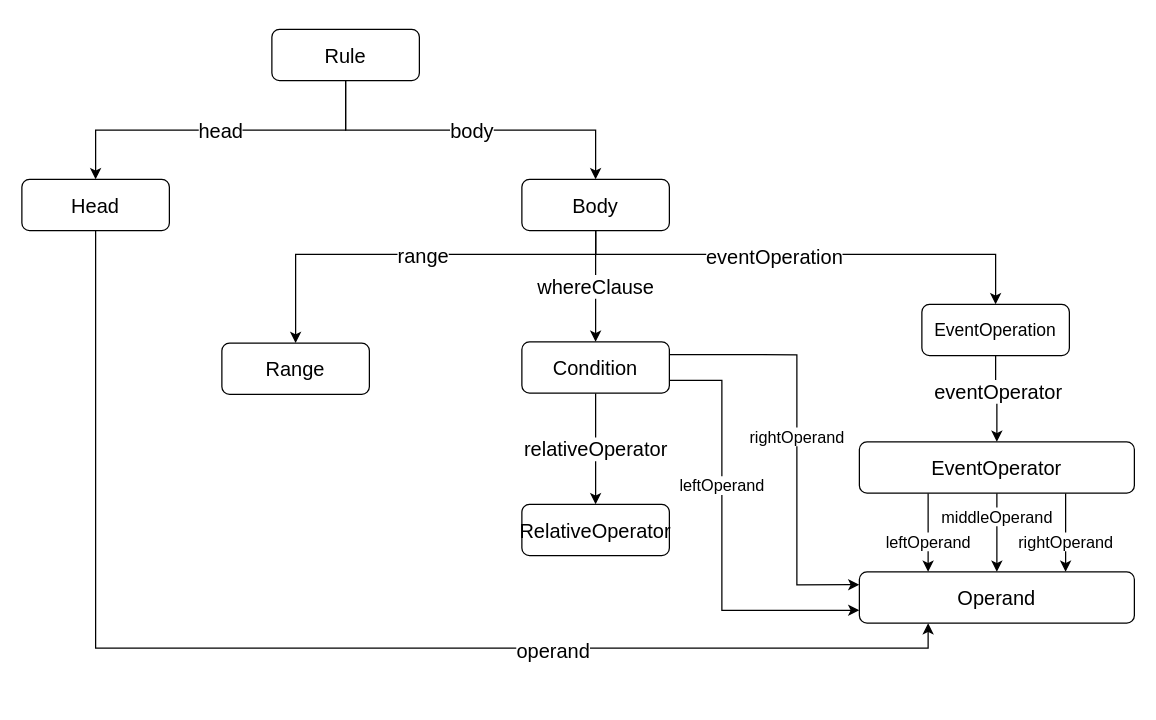
Above: Untitled Diagram.drawio in Haoyu-R/appendix (draw.io), before the change. Source tidied: cells renumbered, new cells numbered last; positions are measured from the earlier drawing's top-left corner, leaving out a move shared by most shapes. Both pictures are drawn from the tidied source at 125%, with x=0, y=0 at pixel (21, 29).
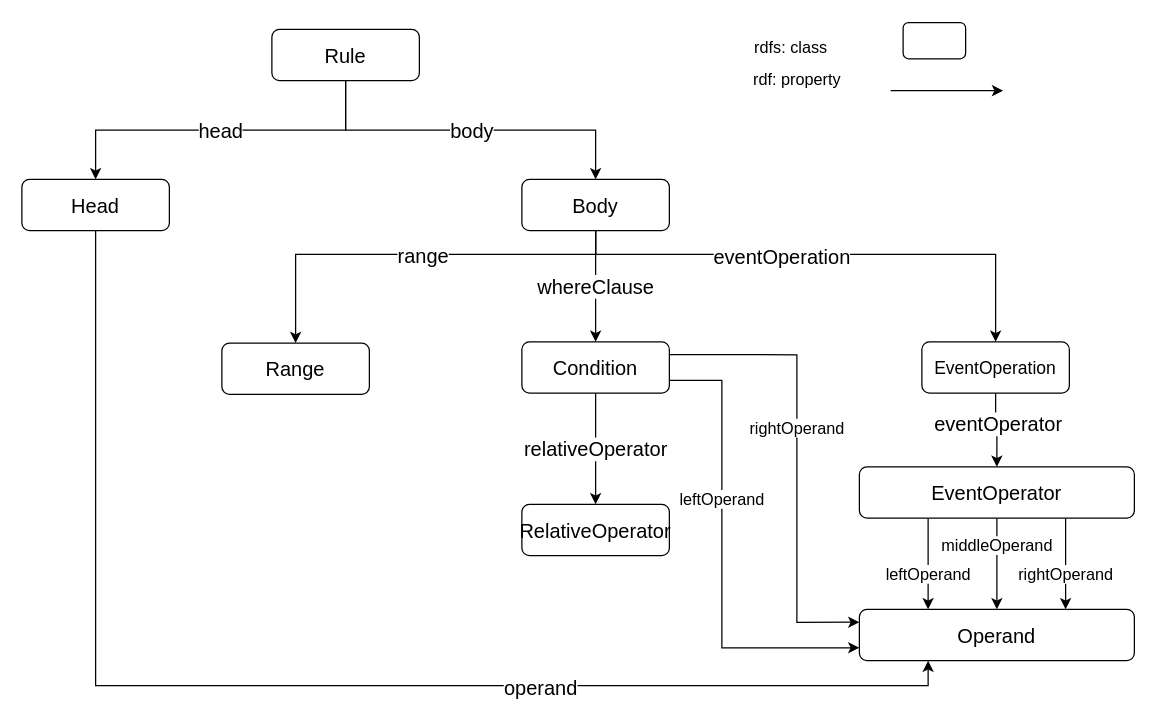
The same page after the edit.

Unchanged cells that the change refers to:
```xml
<mxCell id="20" value="Condition" style="rounded=1;whiteSpace=wrap;html=1;fontSize=16;" parent="1" vertex="1">
  <mxGeometry x="400" y="250" width="118" height="41" as="geometry" />
</mxCell>
```

The edit, as a diff of the source:
```diff
@@
     <mxCell id="16" value="&lt;font style=&quot;font-size: 14px&quot;&gt;EventOperation&lt;/font&gt;" style="rounded=1;whiteSpace=wrap;html=1;" parent="1" vertex="1">
-      <mxGeometry x="720" y="220" width="118" height="41" as="geometry" />
+      <mxGeometry x="720" y="250" width="118" height="41" as="geometry" />
     </mxCell>
@@
     <mxCell id="18" value="leftOperand" style="edgeStyle=orthogonalEdgeStyle;rounded=0;jettySize=auto;html=1;exitX=1;exitY=0.75;exitDx=0;exitDy=0;entryX=0;entryY=0.75;entryDx=0;entryDy=0;fontSize=13;" parent="1" edge="1" source="20" target="27">
       <mxGeometry x="-0.25" relative="1" as="geometry">
         <Array as="points">
           <mxPoint x="560" y="281" />
-          <mxPoint x="560" y="465" />
-          <mxPoint x="670" y="465" />
+          <mxPoint x="560" y="495" />
         </Array>
       </mxGeometry>
     </mxCell>
     <mxCell id="19" value="rightOperand" style="edgeStyle=orthogonalEdgeStyle;rounded=0;jettySize=auto;html=1;exitX=1;exitY=0.25;exitDx=0;exitDy=0;entryX=0;entryY=0.25;entryDx=0;entryDy=0;fontSize=13;" parent="1" edge="1" source="20" target="27">
-      <mxGeometry relative="1" as="geometry">
+      <mxGeometry x="-0.12" relative="1" as="geometry">
         <Array as="points">
           <mxPoint x="620" y="260" />
-          <mxPoint x="620" y="444" />
-          <mxPoint x="670" y="444" />
+          <mxPoint x="620" y="474" />
         </Array>
       </mxGeometry>
     </mxCell>
@@
     <mxCell id="24" value="leftOperand" style="edgeStyle=orthogonalEdgeStyle;rounded=0;jettySize=auto;html=1;exitX=0.25;exitY=1;exitDx=0;exitDy=0;entryX=0.25;entryY=0;entryDx=0;entryDy=0;fontSize=13;" parent="1" edge="1" source="25" target="27">
       <mxGeometry x="0.24" relative="1" as="geometry">
         <Array as="points">
-          <mxPoint x="725" y="400" />
-          <mxPoint x="725" y="400" />
+          <mxPoint x="725" y="430" />
+          <mxPoint x="725" y="430" />
         </Array>
       </mxGeometry>
     </mxCell>
     <mxCell id="25" value="EventOperator" style="rounded=1;whiteSpace=wrap;html=1;fontSize=16;" parent="1" vertex="1">
-      <mxGeometry x="670" y="330" width="220" height="41" as="geometry" />
+      <mxGeometry x="670" y="350" width="220" height="41" as="geometry" />
     </mxCell>
@@
     <mxCell id="27" value="Operand" style="rounded=1;whiteSpace=wrap;html=1;fontSize=16;" parent="1" vertex="1">
-      <mxGeometry x="670" y="434" width="220" height="41" as="geometry" />
+      <mxGeometry x="670" y="464" width="220" height="41" as="geometry" />
     </mxCell>
+    <mxCell id="28" style="rounded=1;whiteSpace=wrap;html=1;fontSize=13;" parent="1" vertex="1">
+      <mxGeometry x="705" y="-5.5" width="50" height="29" as="geometry" />
+    </mxCell>
+    <mxCell id="29" value="rdfs: class" style="text;html=1;align=center;verticalAlign=middle;strokeColor=none;fontSize=13;" parent="1" vertex="1">
+      <mxGeometry x="580" y="3.5" width="70" height="20" as="geometry" />
+    </mxCell>
+    <mxCell id="30" value="rdf: property" style="text;html=1;align=center;verticalAlign=middle;strokeColor=none;fontSize=13;" parent="1" vertex="1">
+      <mxGeometry x="575" y="29.5" width="90" height="20" as="geometry" />
+    </mxCell>
+    <mxCell id="31" style="endArrow=classic;html=1;fontSize=13;" parent="1" edge="1">
+      <mxGeometry relative="1" as="geometry">
+        <mxPoint x="695" y="49" as="sourcePoint" />
+        <mxPoint x="785" y="49" as="targetPoint" />
+      </mxGeometry>
+    </mxCell>
```
